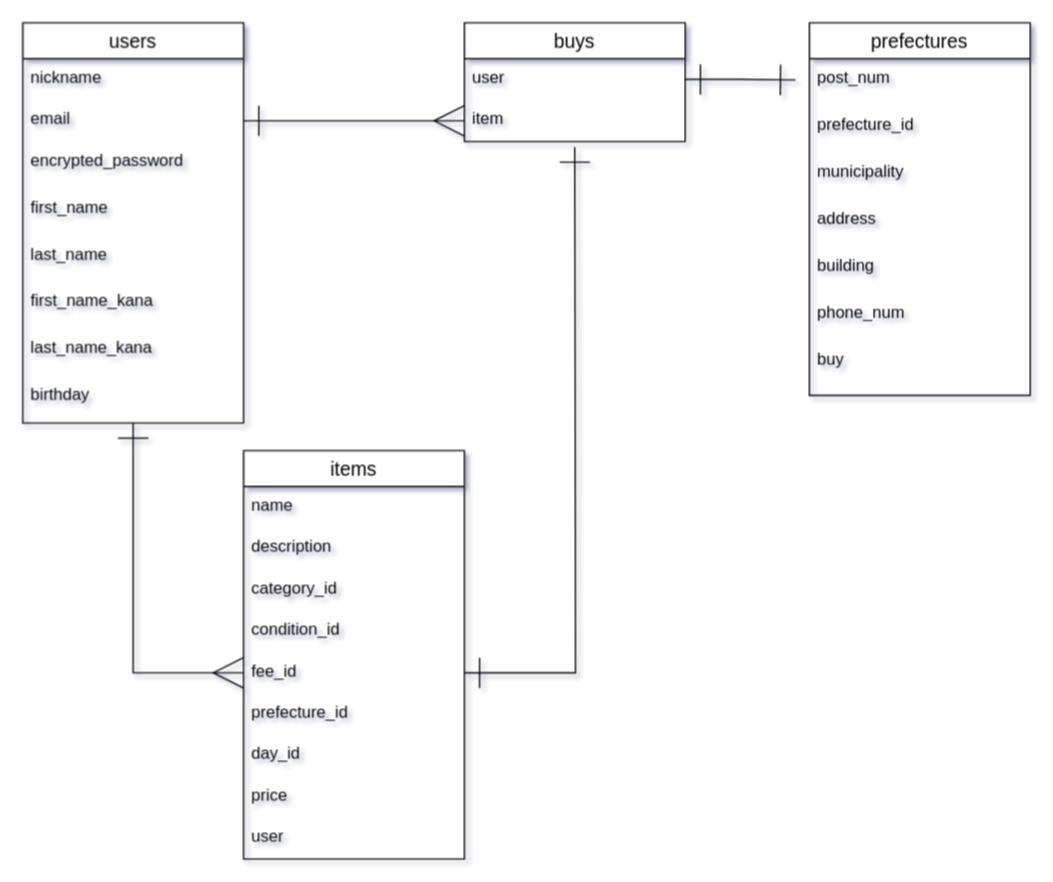
Above: test.dio in yuka7110/furima-32839 (draw.io), before the change. Source tidied: cells renumbered, new cells numbered last; positions are measured from the earlier drawing's top-left corner, leaving out a move shared by most shapes. Both pictures are drawn from the tidied source at 138%, with x=0, y=0 at pixel (22, 22).
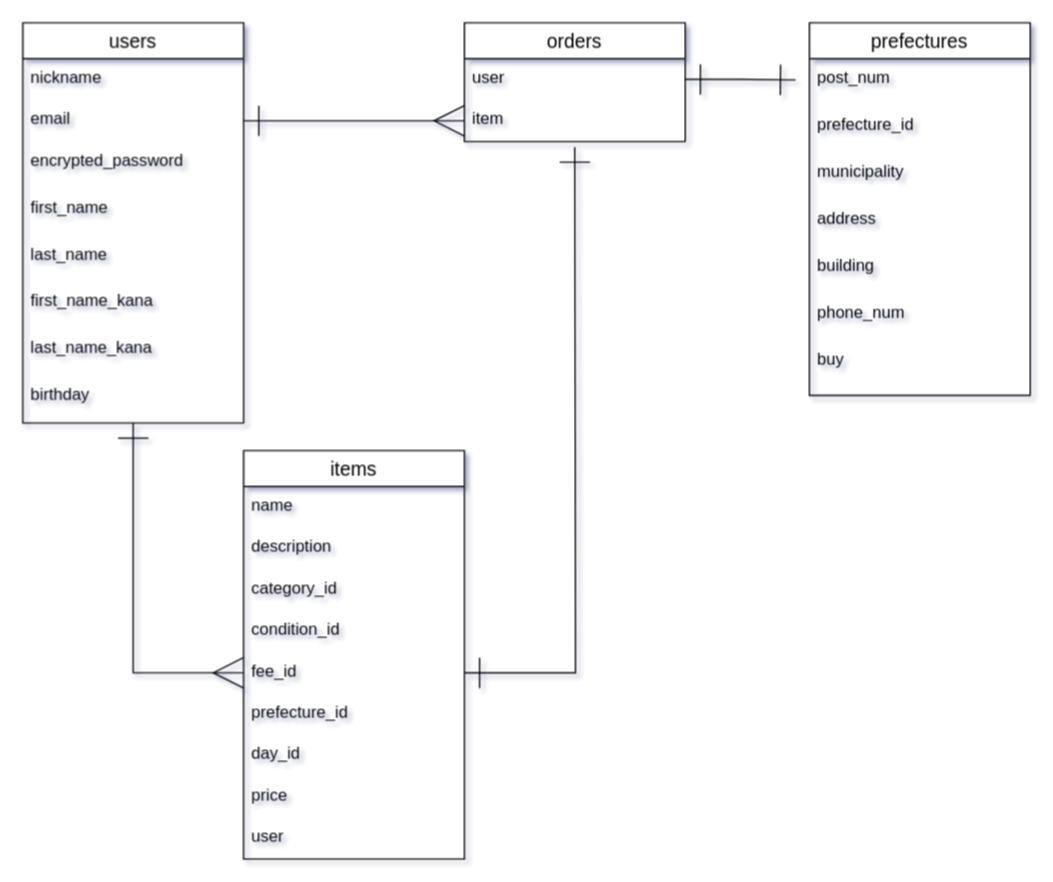
The same diagram, later.

Diff of the diagram source:
```diff
@@
-    <mxCell id="29" value="buys" style="swimlane;fontStyle=0;horizontal=1;startSize=26;align=center;fontSize=14;" parent="1" vertex="1">
+    <mxCell id="29" value="orders" style="swimlane;fontStyle=0;horizontal=1;startSize=26;align=center;fontSize=14;" parent="1" vertex="1">
       <mxGeometry x="320" width="160" height="86" as="geometry" />
     </mxCell>
```
